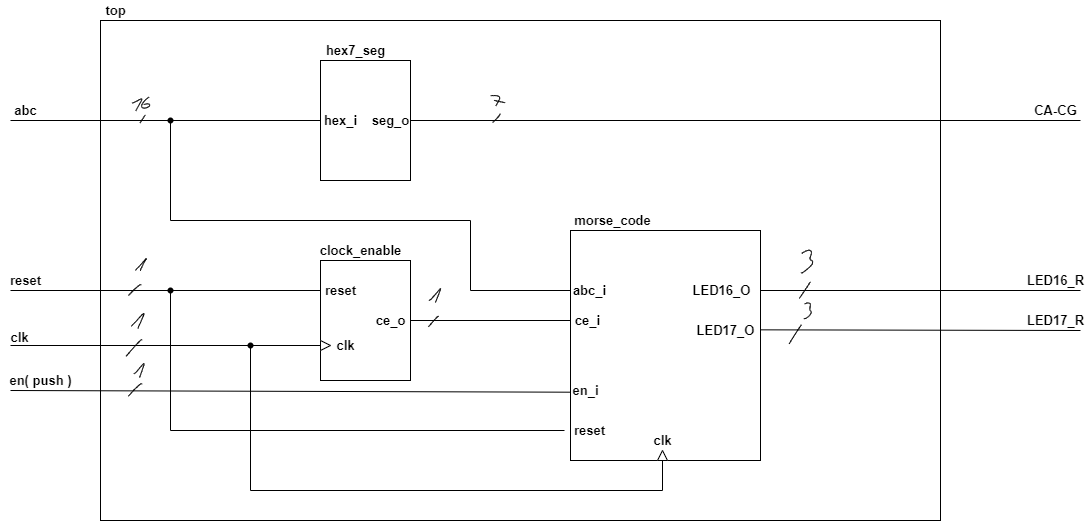
Above: labs/project/top.png in Marxs31/digital-electronics-1 (draw.io), before the change. Source tidied: cells renumbered, new cells last; positions are measured from the earlier drawing's top-left corner, leaving out a move shared by most shapes.
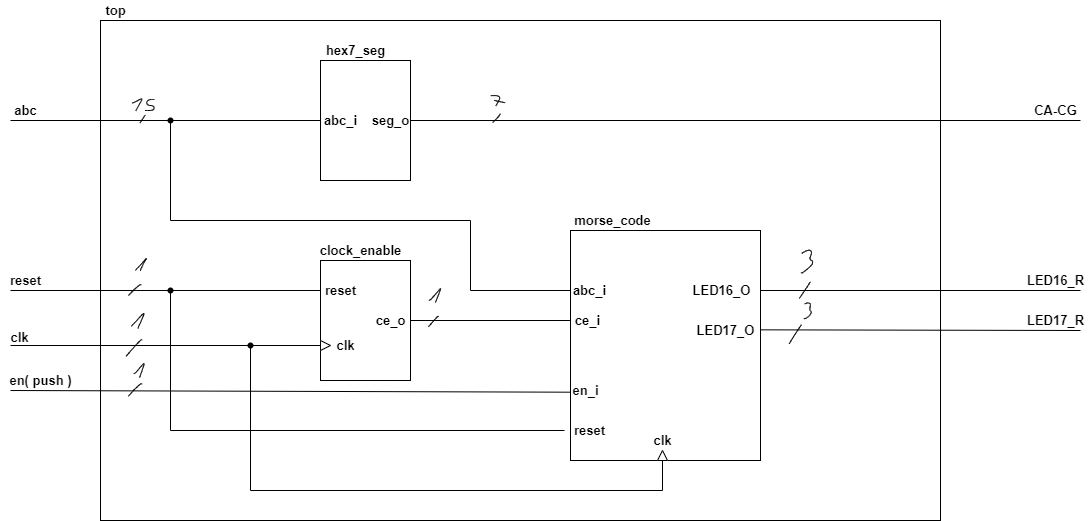
Later version of the same file.

Change to the diagram source:
```diff
@@ -50,7 +50,7 @@
     <mxCell id="15" style="endArrow=none;html=1;rounded=0;exitX=0;exitY=0.75;exitDx=0;exitDy=0;fontSize=13;" parent="1" edge="1" source="3" target="14">
       <mxGeometry relative="1" as="geometry" />
     </mxCell>
-    <mxCell id="16" value="&lt;b style=&quot;font-size: 13px;&quot;&gt;hex_i&lt;/b&gt;" style="text;html=1;align=center;verticalAlign=middle;strokeColor=none;fillColor=none;fontSize=13;" parent="1" vertex="1">
+    <mxCell id="16" value="&lt;b style=&quot;font-size: 13px&quot;&gt;abc_i&lt;/b&gt;" style="text;html=1;align=center;verticalAlign=middle;strokeColor=none;fillColor=none;fontSize=13;" parent="1" vertex="1">
       <mxGeometry x="315" y="110" width="50" height="20" as="geometry" />
     </mxCell>
     <mxCell id="17" value="&lt;b style=&quot;font-size: 13px;&quot;&gt;seg_o&lt;/b&gt;" style="text;html=1;align=center;verticalAlign=middle;strokeColor=none;fillColor=none;fontSize=13;" parent="1" vertex="1">
@@ -192,9 +192,6 @@
     <mxCell id="53" style="shape=(stored shape, 360 characters);fillColor=none;fontSize=13;" parent="1" vertex="1">
       <mxGeometry x="131.6" y="98.2" width="9.9" height="12.1" as="geometry" />
     </mxCell>
-    <mxCell id="54" style="shape=(stored shape, 528 characters);fillColor=none;fontSize=13;" parent="1" vertex="1">
-      <mxGeometry x="141.1" y="96.5" width="8.3" height="11.2" as="geometry" />
-    </mxCell>
     <mxCell id="55" style="shape=(stored shape, 328 characters);fillColor=none;fontSize=13;" parent="1" vertex="1">
       <mxGeometry x="127.9" y="284.2" width="12.9" height="10.8" as="geometry" />
     </mxCell>
@@ -231,5 +228,8 @@
     <mxCell id="66" style="shape=(stored shape, 452 characters);fillColor=none;fontSize=13;" parent="1" vertex="1">
       <mxGeometry x="803.3" y="302.4" width="7.5" height="16" as="geometry" />
     </mxCell>
+    <mxCell id="67" style="shape=(stored shape, 480 characters);fillColor=none;" parent="1" vertex="1">
+      <mxGeometry x="144.5" y="99" width="9.5" height="11" as="geometry" />
+    </mxCell>
   </root>
 </mxGraphModel>
```
